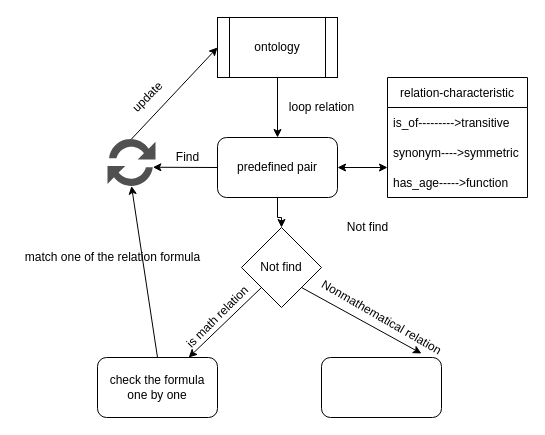
Before: extractor_details.drawio in ganisback/draw.io, a draw.io diagram. Source tidied: cells renumbered, new cells numbered last; positions are measured from the earlier drawing's top-left corner, leaving out a move shared by most shapes. Both pictures are drawn from the tidied source at 100%, with x=0, y=0 at pixel (17, 17).
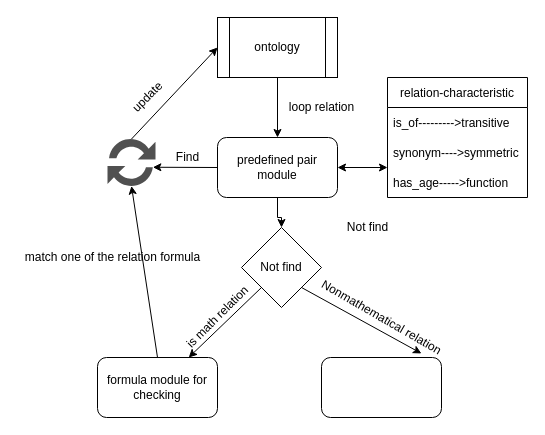
The same page after the edit.

Change to the diagram source:
```diff
@@
-    <mxCell id="3" value="predefined pair" style="rounded=1;whiteSpace=wrap;html=1;" parent="1" vertex="1">
+    <mxCell id="3" value="predefined pair module" style="rounded=1;whiteSpace=wrap;html=1;" parent="1" vertex="1">
       <mxGeometry x="200" y="120" width="120" height="60" as="geometry" />
     </mxCell>
@@
-    <mxCell id="14" value="check the formula one by one" style="rounded=1;whiteSpace=wrap;html=1;" parent="1" vertex="1">
+    <mxCell id="14" value="formula module for checking" style="rounded=1;whiteSpace=wrap;html=1;" parent="1" vertex="1">
       <mxGeometry x="80" y="340" width="120" height="60" as="geometry" />
     </mxCell>
```
